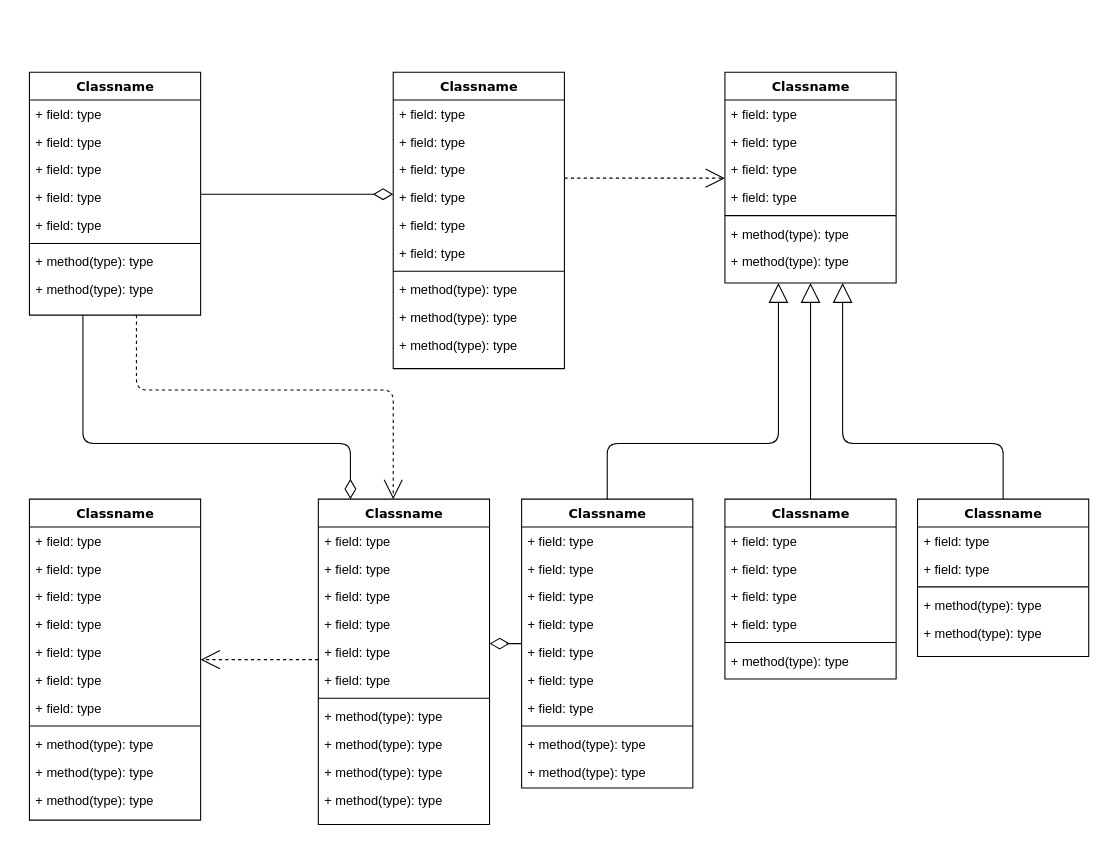
Earlier version of the draw.io diagram w1.drawio (sgromskiy/Test). Source tidied: cells renumbered, new cells numbered last; positions are measured from the earlier drawing's top-left corner, leaving out a move shared by most shapes. Both pictures are drawn from the tidied source at 107%, with x=0, y=0 at pixel (29, 72).
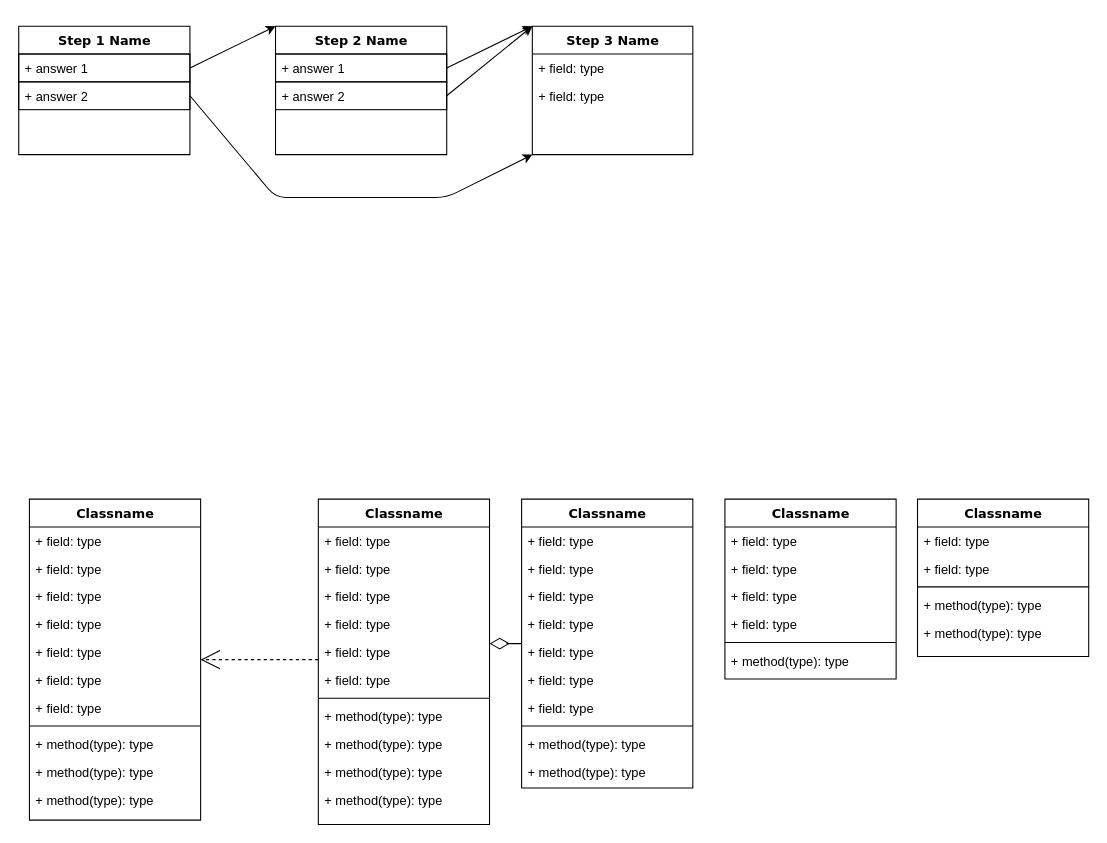
The same page after the edit.

The change refers to these unchanged cells:
```xml
<mxCell id="47" value="Classname" style="swimlane;html=1;fontStyle=1;align=center;verticalAlign=top;horizontal=1;startSize=26;swimlaneFillColor=#ffffff;rounded=0;shadow=0;comic=0;labelBackgroundColor=none;strokeWidth=1;fillColor=none;fontFamily=Verdana;fontSize=12;" parent="1" vertex="1">
  <mxGeometry x="270" y="399" width="160" height="304" as="geometry" />
</mxCell>
<mxCell id="60" value="Classname" style="swimlane;html=1;fontStyle=1;align=center;verticalAlign=top;horizontal=1;startSize=26;swimlaneFillColor=#ffffff;rounded=0;shadow=0;comic=0;labelBackgroundColor=none;strokeWidth=1;fillColor=none;fontFamily=Verdana;fontSize=12;" parent="1" vertex="1">
  <mxGeometry x="460" y="399" width="160" height="270" as="geometry" />
</mxCell>
<mxCell id="72" value="Classname" style="swimlane;html=1;fontStyle=1;align=center;verticalAlign=top;horizontal=1;startSize=26;swimlaneFillColor=#ffffff;rounded=0;shadow=0;comic=0;labelBackgroundColor=none;strokeWidth=1;fillColor=none;fontFamily=Verdana;fontSize=12;" parent="1" vertex="1">
  <mxGeometry x="650" y="399" width="160" height="168" as="geometry" />
</mxCell>
<mxCell id="80" value="Classname" style="swimlane;html=1;fontStyle=1;align=center;verticalAlign=top;horizontal=1;startSize=26;swimlaneFillColor=#ffffff;rounded=0;shadow=0;comic=0;labelBackgroundColor=none;strokeWidth=1;fillColor=none;fontFamily=Verdana;fontSize=12;" parent="1" vertex="1">
  <mxGeometry x="830" y="399" width="160" height="147" as="geometry" />
</mxCell>
```

Change to the diagram source:
```diff
@@
-    <mxCell id="2" style="edgeStyle=orthogonalEdgeStyle;html=1;labelBackgroundColor=none;startFill=0;startSize=8;endArrow=open;endFill=0;endSize=16;fontFamily=Verdana;fontSize=12;dashed=1;" parent="1" edge="1" source="4" target="47">
-      <mxGeometry relative="1" as="geometry">
-        <Array as="points">
-          <mxPoint x="100" y="297" />
-          <mxPoint x="340" y="297" />
-        </Array>
-      </mxGeometry>
-    </mxCell>
-    <mxCell id="3" style="edgeStyle=orthogonalEdgeStyle;html=1;labelBackgroundColor=none;startFill=0;startSize=8;endArrow=diamondThin;endFill=0;endSize=16;fontFamily=Verdana;fontSize=12;" parent="1" edge="1" source="4" target="47">
-      <mxGeometry relative="1" as="geometry">
-        <Array as="points">
-          <mxPoint x="50" y="347" />
-          <mxPoint x="300" y="347" />
-        </Array>
-      </mxGeometry>
-    </mxCell>
-    <mxCell id="4" value="Classname" style="swimlane;html=1;fontStyle=1;align=center;verticalAlign=top;horizontal=1;startSize=26;swimlaneFillColor=#ffffff;rounded=0;shadow=0;comic=0;labelBackgroundColor=none;strokeWidth=1;fillColor=none;fontFamily=Verdana;fontSize=12;" parent="1" vertex="1">
-      <mxGeometry width="160" height="227" as="geometry" />
+    <mxCell id="4" value="Step 1 Name" style="swimlane;html=1;fontStyle=1;align=center;verticalAlign=top;horizontal=1;startSize=26;swimlaneFillColor=#ffffff;rounded=0;shadow=0;comic=0;labelBackgroundColor=none;strokeWidth=1;fillColor=none;fontFamily=Verdana;fontSize=12;" parent="1" vertex="1">
+      <mxGeometry x="-10" y="-43" width="160" height="120" as="geometry" />
     </mxCell>
-    <mxCell id="5" value="+ field: type" style="text;html=1;strokeColor=none;fillColor=none;align=left;verticalAlign=top;spacingLeft=4;spacingRight=4;whiteSpace=wrap;overflow=hidden;points=[[0,0.5],[1,0.5]];portConstraint=eastwest;" parent="4" vertex="1">
+    <mxCell id="5" value="+ answer 1" style="text;html=1;fillColor=none;align=left;verticalAlign=top;spacingLeft=4;spacingRight=4;whiteSpace=wrap;overflow=hidden;points=[[0,0.5],[1,0.5]];portConstraint=eastwest;strokeColor=#000000;" parent="4" vertex="1">
       <mxGeometry y="26" width="160" height="26" as="geometry" />
     </mxCell>
-    <mxCell id="6" value="+ field: type" style="text;html=1;strokeColor=none;fillColor=none;align=left;verticalAlign=top;spacingLeft=4;spacingRight=4;whiteSpace=wrap;overflow=hidden;points=[[0,0.5],[1,0.5]];portConstraint=eastwest;" parent="4" vertex="1">
+    <mxCell id="6" value="+ answer 2" style="text;html=1;fillColor=none;align=left;verticalAlign=top;spacingLeft=4;spacingRight=4;whiteSpace=wrap;overflow=hidden;points=[[0,0.5],[1,0.5]];portConstraint=eastwest;strokeColor=#000000;" parent="4" vertex="1">
       <mxGeometry y="52" width="160" height="26" as="geometry" />
     </mxCell>
-    <mxCell id="7" value="+ field: type" style="text;html=1;strokeColor=none;fillColor=none;align=left;verticalAlign=top;spacingLeft=4;spacingRight=4;whiteSpace=wrap;overflow=hidden;" parent="4" vertex="1">
-      <mxGeometry y="78" width="160" height="26" as="geometry" />
-    </mxCell>
-    <mxCell id="8" value="+ field: type" style="text;html=1;strokeColor=none;fillColor=none;align=left;verticalAlign=top;spacingLeft=4;spacingRight=4;whiteSpace=wrap;overflow=hidden;" parent="4" vertex="1">
-      <mxGeometry y="104" width="160" height="26" as="geometry" />
-    </mxCell>
-    <mxCell id="9" value="+ field: type" style="text;html=1;strokeColor=none;fillColor=none;align=left;verticalAlign=top;spacingLeft=4;spacingRight=4;whiteSpace=wrap;overflow=hidden;" parent="4" vertex="1">
-      <mxGeometry y="130" width="160" height="26" as="geometry" />
-    </mxCell>
-    <mxCell id="10" style="line;html=1;strokeWidth=1;fillColor=none;align=left;verticalAlign=middle;spacingTop=-1;spacingLeft=3;spacingRight=3;labelPosition=right;" parent="4" vertex="1">
-      <mxGeometry y="156" width="160" height="8" as="geometry" />
-    </mxCell>
-    <mxCell id="11" value="+ method(type): type" style="text;html=1;strokeColor=none;fillColor=none;align=left;verticalAlign=top;spacingLeft=4;spacingRight=4;whiteSpace=wrap;overflow=hidden;" parent="4" vertex="1">
-      <mxGeometry y="164" width="160" height="26" as="geometry" />
-    </mxCell>
-    <mxCell id="12" value="+ method(type): type" style="text;html=1;strokeColor=none;fillColor=none;align=left;verticalAlign=top;spacingLeft=4;spacingRight=4;whiteSpace=wrap;overflow=hidden;" parent="4" vertex="1">
-      <mxGeometry y="190" width="160" height="26" as="geometry" />
-    </mxCell>
-    <mxCell id="13" style="edgeStyle=elbowEdgeStyle;html=1;labelBackgroundColor=none;startFill=0;startSize=8;endArrow=open;endFill=0;endSize=16;fontFamily=Verdana;fontSize=12;elbow=vertical;dashed=1;" parent="1" edge="1" source="14" target="25">
-      <mxGeometry relative="1" as="geometry" />
-    </mxCell>
-    <mxCell id="14" value="Classname" style="swimlane;html=1;fontStyle=1;align=center;verticalAlign=top;horizontal=1;startSize=26;swimlaneFillColor=#ffffff;rounded=0;shadow=0;comic=0;labelBackgroundColor=none;strokeWidth=1;fillColor=none;fontFamily=Verdana;fontSize=12;" parent="1" vertex="1">
-      <mxGeometry x="340" width="160" height="277" as="geometry" />
+    <mxCell id="14" value="Step 2 Name" style="swimlane;html=1;fontStyle=1;align=center;verticalAlign=top;horizontal=1;startSize=26;swimlaneFillColor=#ffffff;rounded=0;shadow=0;comic=0;labelBackgroundColor=none;strokeWidth=1;fillColor=none;fontFamily=Verdana;fontSize=12;" parent="1" vertex="1">
+      <mxGeometry x="230" y="-43" width="160" height="120" as="geometry" />
     </mxCell>
-    <mxCell id="15" value="+ field: type" style="text;html=1;strokeColor=none;fillColor=none;align=left;verticalAlign=top;spacingLeft=4;spacingRight=4;whiteSpace=wrap;overflow=hidden;points=[[0,0.5],[1,0.5]];portConstraint=eastwest;" parent="14" vertex="1">
+    <mxCell id="15" value="+ answer 1" style="text;html=1;fillColor=none;align=left;verticalAlign=top;spacingLeft=4;spacingRight=4;whiteSpace=wrap;overflow=hidden;points=[[0,0.5],[1,0.5]];portConstraint=eastwest;strokeColor=#000000;" parent="14" vertex="1">
       <mxGeometry y="26" width="160" height="26" as="geometry" />
     </mxCell>
-    <mxCell id="16" value="+ field: type" style="text;html=1;strokeColor=none;fillColor=none;align=left;verticalAlign=top;spacingLeft=4;spacingRight=4;whiteSpace=wrap;overflow=hidden;points=[[0,0.5],[1,0.5]];portConstraint=eastwest;" parent="14" vertex="1">
+    <mxCell id="16" value="+ answer 2" style="text;html=1;fillColor=none;align=left;verticalAlign=top;spacingLeft=4;spacingRight=4;whiteSpace=wrap;overflow=hidden;points=[[0,0.5],[1,0.5]];portConstraint=eastwest;strokeColor=#000000;" parent="14" vertex="1">
       <mxGeometry y="52" width="160" height="26" as="geometry" />
     </mxCell>
-    <mxCell id="17" value="+ field: type" style="text;html=1;strokeColor=none;fillColor=none;align=left;verticalAlign=top;spacingLeft=4;spacingRight=4;whiteSpace=wrap;overflow=hidden;" parent="14" vertex="1">
-      <mxGeometry y="78" width="160" height="26" as="geometry" />
-    </mxCell>
-    <mxCell id="18" value="+ field: type" style="text;html=1;strokeColor=none;fillColor=none;align=left;verticalAlign=top;spacingLeft=4;spacingRight=4;whiteSpace=wrap;overflow=hidden;" parent="14" vertex="1">
-      <mxGeometry y="104" width="160" height="26" as="geometry" />
-    </mxCell>
-    <mxCell id="19" value="+ field: type" style="text;html=1;strokeColor=none;fillColor=none;align=left;verticalAlign=top;spacingLeft=4;spacingRight=4;whiteSpace=wrap;overflow=hidden;" parent="14" vertex="1">
-      <mxGeometry y="130" width="160" height="26" as="geometry" />
-    </mxCell>
-    <mxCell id="20" value="+ field: type" style="text;html=1;strokeColor=none;fillColor=none;align=left;verticalAlign=top;spacingLeft=4;spacingRight=4;whiteSpace=wrap;overflow=hidden;" parent="14" vertex="1">
-      <mxGeometry y="156" width="160" height="26" as="geometry" />
-    </mxCell>
-    <mxCell id="21" style="line;html=1;strokeWidth=1;fillColor=none;align=left;verticalAlign=middle;spacingTop=-1;spacingLeft=3;spacingRight=3;labelPosition=right;" parent="14" vertex="1">
-      <mxGeometry y="182" width="160" height="8" as="geometry" />
-    </mxCell>
-    <mxCell id="22" value="+ method(type): type" style="text;html=1;strokeColor=none;fillColor=none;align=left;verticalAlign=top;spacingLeft=4;spacingRight=4;whiteSpace=wrap;overflow=hidden;" parent="14" vertex="1">
-      <mxGeometry y="190" width="160" height="26" as="geometry" />
-    </mxCell>
-    <mxCell id="23" value="+ method(type): type" style="text;html=1;strokeColor=none;fillColor=none;align=left;verticalAlign=top;spacingLeft=4;spacingRight=4;whiteSpace=wrap;overflow=hidden;" parent="14" vertex="1">
-      <mxGeometry y="216" width="160" height="26" as="geometry" />
-    </mxCell>
-    <mxCell id="24" value="+ method(type): type" style="text;html=1;strokeColor=none;fillColor=none;align=left;verticalAlign=top;spacingLeft=4;spacingRight=4;whiteSpace=wrap;overflow=hidden;" parent="14" vertex="1">
-      <mxGeometry y="242" width="160" height="26" as="geometry" />
-    </mxCell>
-    <mxCell id="25" value="Classname" style="swimlane;html=1;fontStyle=1;align=center;verticalAlign=top;horizontal=1;startSize=26;swimlaneFillColor=#ffffff;rounded=0;shadow=0;comic=0;labelBackgroundColor=none;strokeWidth=1;fillColor=none;fontFamily=Verdana;fontSize=12;" parent="1" vertex="1">
-      <mxGeometry x="650" width="160" height="197" as="geometry" />
+    <mxCell id="25" value="Step 3 Name" style="swimlane;html=1;fontStyle=1;align=center;verticalAlign=top;horizontal=1;startSize=26;swimlaneFillColor=#ffffff;rounded=0;shadow=0;comic=0;labelBackgroundColor=none;strokeWidth=1;fillColor=none;fontFamily=Verdana;fontSize=12;" parent="1" vertex="1">
+      <mxGeometry x="470" y="-43" width="150" height="120" as="geometry" />
     </mxCell>
     <mxCell id="26" value="+ field: type" style="text;html=1;strokeColor=none;fillColor=none;align=left;verticalAlign=top;spacingLeft=4;spacingRight=4;whiteSpace=wrap;overflow=hidden;" parent="25" vertex="1">
-      <mxGeometry y="26" width="160" height="26" as="geometry" />
+      <mxGeometry y="26" width="150" height="26" as="geometry" />
     </mxCell>
     <mxCell id="27" value="+ field: type" style="text;html=1;strokeColor=none;fillColor=none;align=left;verticalAlign=top;spacingLeft=4;spacingRight=4;whiteSpace=wrap;overflow=hidden;" parent="25" vertex="1">
-      <mxGeometry y="52" width="160" height="26" as="geometry" />
+      <mxGeometry y="52" width="150" height="26" as="geometry" />
     </mxCell>
-    <mxCell id="28" value="+ field: type" style="text;html=1;strokeColor=none;fillColor=none;align=left;verticalAlign=top;spacingLeft=4;spacingRight=4;whiteSpace=wrap;overflow=hidden;" parent="25" vertex="1">
-      <mxGeometry y="78" width="160" height="26" as="geometry" />
-    </mxCell>
-    <mxCell id="29" value="+ field: type" style="text;html=1;strokeColor=none;fillColor=none;align=left;verticalAlign=top;spacingLeft=4;spacingRight=4;whiteSpace=wrap;overflow=hidden;" parent="25" vertex="1">
-      <mxGeometry y="104" width="160" height="26" as="geometry" />
-    </mxCell>
-    <mxCell id="30" style="line;html=1;strokeWidth=1;fillColor=none;align=left;verticalAlign=middle;spacingTop=-1;spacingLeft=3;spacingRight=3;labelPosition=right;" parent="25" vertex="1">
-      <mxGeometry y="130" width="160" height="8" as="geometry" />
-    </mxCell>
-    <mxCell id="31" value="+ method(type): type" style="text;html=1;strokeColor=none;fillColor=none;align=left;verticalAlign=top;spacingLeft=4;spacingRight=4;whiteSpace=wrap;overflow=hidden;" parent="25" vertex="1">
-      <mxGeometry y="138" width="160" height="26" as="geometry" />
-    </mxCell>
-    <mxCell id="32" value="+ method(type): type" style="text;html=1;strokeColor=none;fillColor=none;align=left;verticalAlign=top;spacingLeft=4;spacingRight=4;whiteSpace=wrap;overflow=hidden;" parent="25" vertex="1">
-      <mxGeometry y="164" width="160" height="26" as="geometry" />
-    </mxCell>
@@
-    <mxCell id="59" style="edgeStyle=orthogonalEdgeStyle;html=1;labelBackgroundColor=none;startFill=0;startSize=8;endArrow=block;endFill=0;endSize=16;fontFamily=Verdana;fontSize=12;" parent="1" edge="1" source="60" target="25">
-      <mxGeometry relative="1" as="geometry">
-        <Array as="points">
-          <mxPoint x="540" y="347" />
-          <mxPoint x="700" y="347" />
-        </Array>
-      </mxGeometry>
-    </mxCell>
@@
-    <mxCell id="71" style="edgeStyle=orthogonalEdgeStyle;html=1;labelBackgroundColor=none;startFill=0;startSize=8;endArrow=block;endFill=0;endSize=16;fontFamily=Verdana;fontSize=12;" parent="1" edge="1" source="72" target="25">
-      <mxGeometry relative="1" as="geometry" />
-    </mxCell>
@@
-    <mxCell id="79" style="edgeStyle=orthogonalEdgeStyle;html=1;labelBackgroundColor=none;startFill=0;startSize=8;endArrow=block;endFill=0;endSize=16;fontFamily=Verdana;fontSize=12;" parent="1" edge="1" source="80" target="25">
-      <mxGeometry relative="1" as="geometry">
-        <Array as="points">
-          <mxPoint x="910" y="347" />
-          <mxPoint x="760" y="347" />
-        </Array>
-      </mxGeometry>
-    </mxCell>
@@
-    <mxCell id="86" style="edgeStyle=elbowEdgeStyle;html=1;labelBackgroundColor=none;startFill=0;startSize=8;endArrow=diamondThin;endFill=0;endSize=16;fontFamily=Verdana;fontSize=12;elbow=vertical;" parent="1" edge="1" source="4" target="14">
-      <mxGeometry relative="1" as="geometry" />
-    </mxCell>
+    <mxCell id="87" style="endArrow=classic;html=1;exitX=1;exitY=0.5;exitDx=0;exitDy=0;entryX=0;entryY=1;entryDx=0;entryDy=0;" parent="1" edge="1" source="6" target="25">
+      <mxGeometry relative="1" as="geometry">
+        <Array as="points">
+          <mxPoint x="230" y="117" />
+          <mxPoint x="390" y="117" />
+        </Array>
+      </mxGeometry>
+    </mxCell>
+    <mxCell id="88" style="endArrow=classic;html=1;exitX=1;exitY=0.5;exitDx=0;exitDy=0;entryX=0;entryY=0;entryDx=0;entryDy=0;" parent="1" edge="1" source="5" target="14">
+      <mxGeometry relative="1" as="geometry" />
+    </mxCell>
+    <mxCell id="89" style="endArrow=classic;html=1;exitX=1;exitY=0.5;exitDx=0;exitDy=0;entryX=0;entryY=0;entryDx=0;entryDy=0;" parent="1" edge="1" source="16" target="25">
+      <mxGeometry relative="1" as="geometry" />
+    </mxCell>
+    <mxCell id="90" style="endArrow=classic;html=1;exitX=1;exitY=0.5;exitDx=0;exitDy=0;entryX=0;entryY=0;entryDx=0;entryDy=0;" parent="1" edge="1" source="15" target="25">
+      <mxGeometry relative="1" as="geometry" />
+    </mxCell>
```
